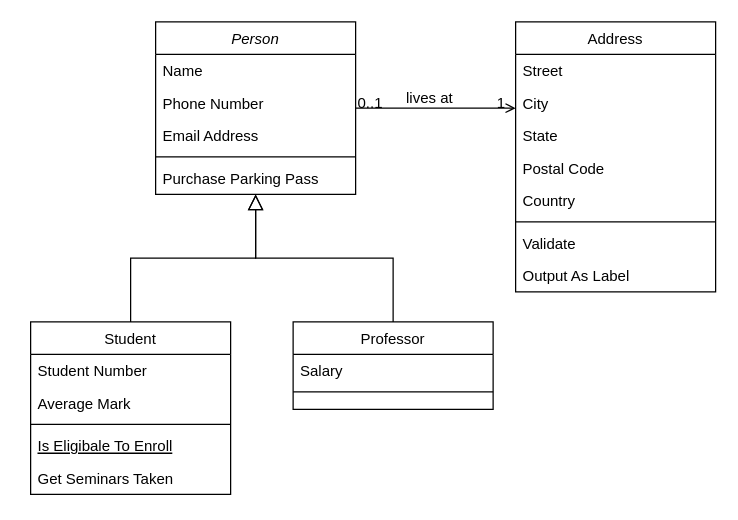
Earlier version of the draw.io diagram 智慧电厂/User.drawio (qxyanda/UML). Source tidied: cells renumbered, new cells numbered last; positions are measured from the earlier drawing's top-left corner, leaving out a move shared by most shapes. Both pictures are drawn from the tidied source at 125%, with x=0, y=0 at pixel (30, 21).
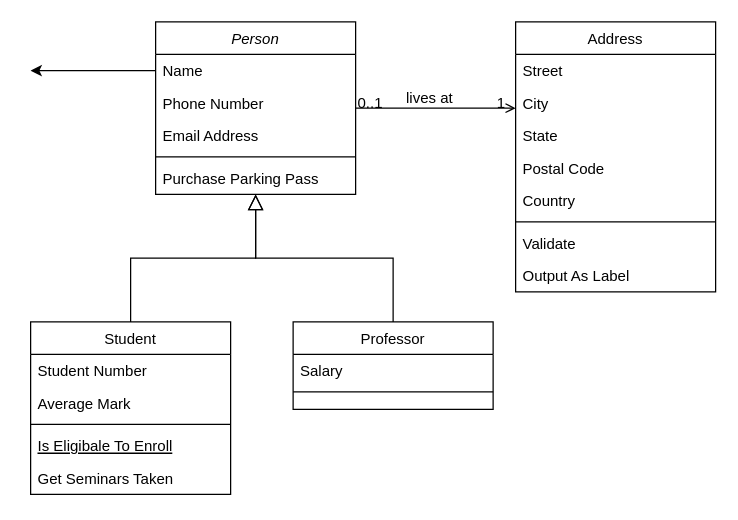
After the change.

Unchanged cells that the change refers to:
```xml
<mxCell id="3" value="Name" style="text;align=left;verticalAlign=top;spacingLeft=4;spacingRight=4;overflow=hidden;points=[[0,0.5],[1,0.5]];portConstraint=eastwest;" parent="2" vertex="1">
  <mxGeometry y="26" width="160" height="26" as="geometry" />
</mxCell>
```

The edit, as a diff of the source:
```diff
@@
+    <mxCell id="32" style="edgeStyle=orthogonalEdgeStyle;rounded=0;jettySize=auto;html=1;" parent="1" edge="1" source="3">
+      <mxGeometry relative="1" as="geometry">
+        <mxPoint y="39" as="targetPoint" />
+      </mxGeometry>
+    </mxCell>
```
